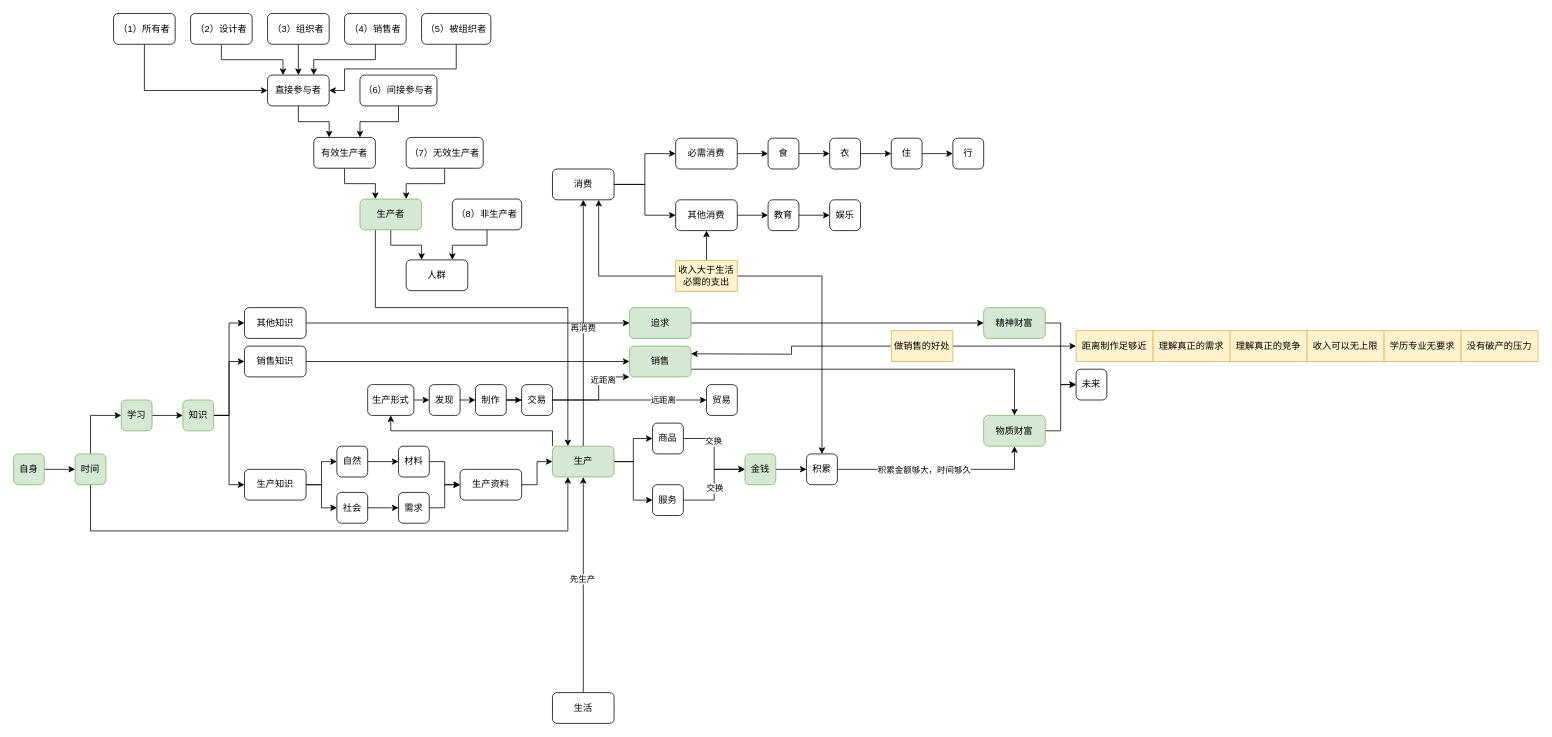
Before: 财富的真相.drawio in yanhanfrontend/draw.io.workspace, a draw.io diagram. Source tidied: cells renumbered, new cells numbered last; positions are measured from the earlier drawing's top-left corner, leaving out a move shared by most shapes. Both pictures are drawn from the tidied source at 77%, with x=0, y=0 at pixel (13, 13).
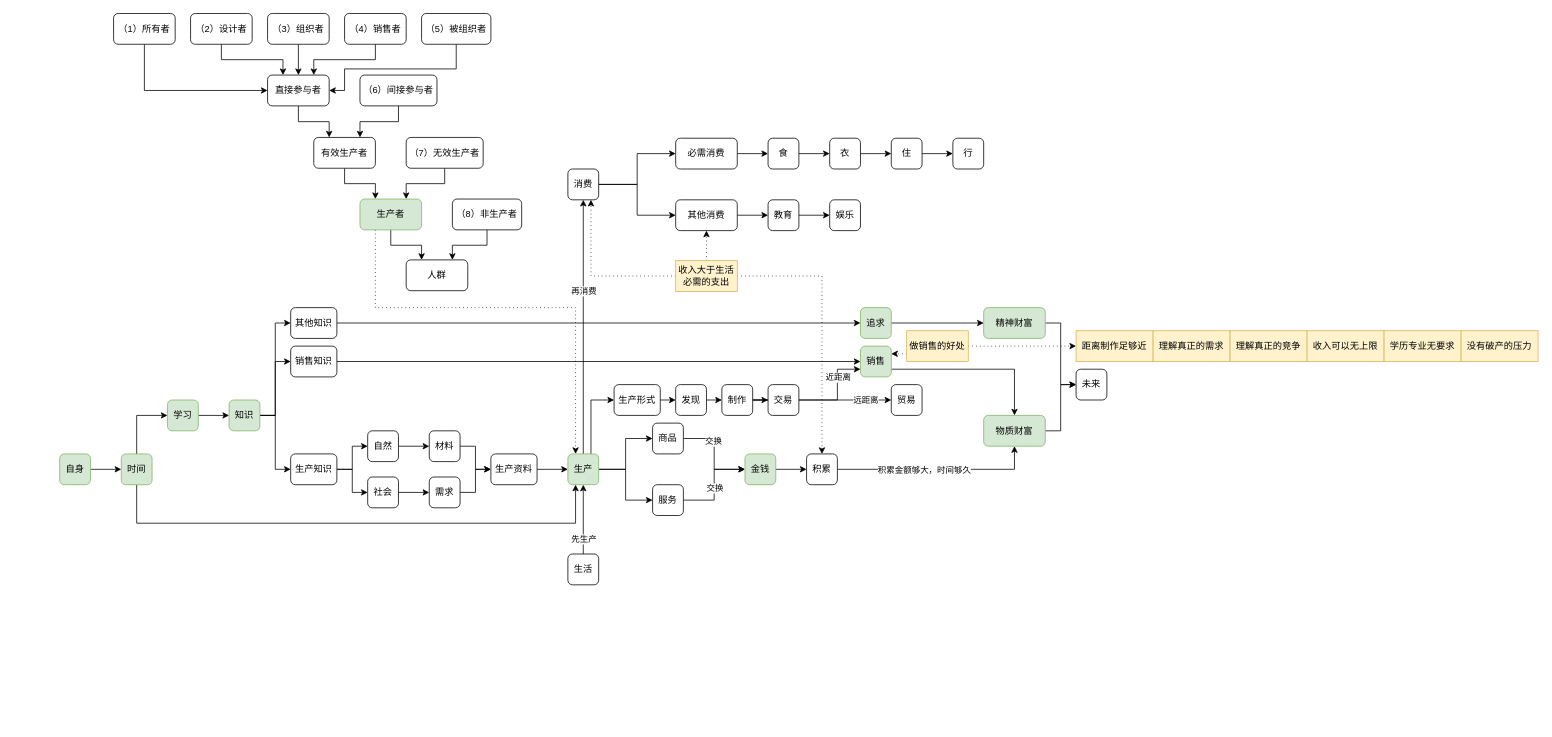
The same page after the edit.

Commit message (it also covers changes not shown here):
更新财富的真相.drawio

Unchanged cells that the change refers to:
```xml
<mxCell id="2" style="edgeStyle=orthogonalEdgeStyle;rounded=0;jettySize=auto;html=1;exitX=0.5;exitY=0;exitDx=0;exitDy=0;entryX=0.5;entryY=1;entryDx=0;entryDy=0;" parent="1" edge="1" source="4" target="10">
  <mxGeometry relative="1" as="geometry" />
</mxCell>
<mxCell id="7" style="edgeStyle=orthogonalEdgeStyle;rounded=0;jettySize=auto;html=1;exitX=0.5;exitY=0;exitDx=0;exitDy=0;entryX=0.5;entryY=1;entryDx=0;entryDy=0;" parent="1" edge="1" source="10" target="13">
  <mxGeometry relative="1" as="geometry" />
</mxCell>
<mxCell id="17" value="其他消费" style="rounded=1;whiteSpace=wrap;html=1;" parent="1" vertex="1">
  <mxGeometry x="860" y="242" width="80" height="40" as="geometry" />
</mxCell>
<mxCell id="43" value="收入大于生活必需的支出" style="text;html=1;align=center;verticalAlign=middle;whiteSpace=wrap;rounded=0;fillColor=#fff2cc;strokeColor=#d6b656;" parent="1" vertex="1">
  <mxGeometry x="860" y="321" width="80" height="40" as="geometry" />
</mxCell>
<mxCell id="44" value="积累" style="rounded=1;whiteSpace=wrap;html=1;" parent="1" vertex="1">
  <mxGeometry x="1030" y="572" width="40" height="40" as="geometry" />
</mxCell>
<mxCell id="89" value="生产者" style="rounded=1;whiteSpace=wrap;html=1;fillColor=#d5e8d4;strokeColor=#82b366;" parent="1" vertex="1">
  <mxGeometry x="450" y="241" width="80" height="40" as="geometry" />
</mxCell>
<mxCell id="107" value="距离制作足够近" style="text;html=1;align=center;verticalAlign=middle;whiteSpace=wrap;rounded=0;fillColor=#fff2cc;strokeColor=#d6b656;" parent="1" vertex="1">
  <mxGeometry x="1380" y="412" width="100" height="40" as="geometry" />
</mxCell>
```

What changed in the source:
```diff
@@
     <mxCell id="3" value="先生产" style="edgeLabel;html=1;align=center;verticalAlign=middle;" parent="2" vertex="1">
       <mxGeometry x="0.12" y="2" relative="1" as="geometry">
-        <mxPoint y="9" as="offset" />
+        <mxPoint x="2" y="30" as="offset" />
       </mxGeometry>
     </mxCell>
     <mxCell id="4" value="生活" style="rounded=1;whiteSpace=wrap;html=1;" parent="1" vertex="1">
-      <mxGeometry x="700" y="882" width="80" height="40" as="geometry" />
+      <mxGeometry x="720" y="702" width="40" height="40" as="geometry" />
     </mxCell>
@@
     <mxCell id="8" value="再消费" style="edgeLabel;html=1;align=center;verticalAlign=middle;" parent="7" vertex="1">
-      <mxGeometry x="-0.04" y="1" relative="1" as="geometry" />
+      <mxGeometry x="-0.04" y="1" relative="1" as="geometry">
+        <mxPoint x="1" y="-54" as="offset" />
+      </mxGeometry>
     </mxCell>
-    <mxCell id="9" style="edgeStyle=orthogonalEdgeStyle;rounded=0;jettySize=auto;html=1;exitX=0;exitY=0;exitDx=0;exitDy=0;entryX=0.5;entryY=1;entryDx=0;entryDy=0;" parent="1" edge="1" source="10" target="91">
+    <mxCell id="9" style="edgeStyle=orthogonalEdgeStyle;rounded=0;jettySize=auto;html=1;exitX=0.75;exitY=0;exitDx=0;exitDy=0;entryX=0;entryY=0.5;entryDx=0;entryDy=0;" parent="1" edge="1" source="10" target="91">
       <mxGeometry relative="1" as="geometry">
         <Array as="points">
-          <mxPoint x="700" y="542" />
-          <mxPoint x="490" y="542" />
+          <mxPoint x="750" y="502" />
         </Array>
       </mxGeometry>
     </mxCell>
     <mxCell id="10" value="生产" style="rounded=1;whiteSpace=wrap;html=1;fillColor=#d5e8d4;strokeColor=#82b366;" parent="1" vertex="1">
-      <mxGeometry x="700" y="562" width="80" height="40" as="geometry" />
+      <mxGeometry x="720" y="572" width="40" height="40" as="geometry" />
     </mxCell>
@@
     <mxCell id="13" value="消费" style="rounded=1;whiteSpace=wrap;html=1;" parent="1" vertex="1">
-      <mxGeometry x="700" y="202" width="80" height="40" as="geometry" />
+      <mxGeometry x="720" y="202" width="40" height="40" as="geometry" />
     </mxCell>
@@
-    <mxCell id="40" style="edgeStyle=orthogonalEdgeStyle;rounded=0;jettySize=auto;html=1;exitX=1;exitY=0.5;exitDx=0;exitDy=0;" parent="1" edge="1" source="43" target="44">
+    <mxCell id="40" style="edgeStyle=orthogonalEdgeStyle;rounded=0;jettySize=auto;html=1;exitX=1;exitY=0.5;exitDx=0;exitDy=0;dashed=1;dashPattern=1 4;" parent="1" edge="1" source="43" target="44">
       <mxGeometry relative="1" as="geometry" />
     </mxCell>
-    <mxCell id="41" style="edgeStyle=orthogonalEdgeStyle;rounded=0;jettySize=auto;html=1;exitX=0;exitY=0.5;exitDx=0;exitDy=0;entryX=0.75;entryY=1;entryDx=0;entryDy=0;" parent="1" edge="1" source="43" target="13">
+    <mxCell id="41" style="edgeStyle=orthogonalEdgeStyle;rounded=0;jettySize=auto;html=1;exitX=0;exitY=0.5;exitDx=0;exitDy=0;entryX=0.75;entryY=1;entryDx=0;entryDy=0;dashed=1;dashPattern=1 4;" parent="1" edge="1" source="43" target="13">
       <mxGeometry relative="1" as="geometry" />
     </mxCell>
-    <mxCell id="42" style="edgeStyle=orthogonalEdgeStyle;rounded=0;jettySize=auto;html=1;exitX=0.5;exitY=0;exitDx=0;exitDy=0;entryX=0.5;entryY=1;entryDx=0;entryDy=0;" parent="1" edge="1" source="43" target="17">
+    <mxCell id="42" style="edgeStyle=orthogonalEdgeStyle;rounded=0;jettySize=auto;html=1;exitX=0.5;exitY=0;exitDx=0;exitDy=0;entryX=0.5;entryY=1;entryDx=0;entryDy=0;dashed=1;dashPattern=1 4;" parent="1" edge="1" source="43" target="17">
       <mxGeometry relative="1" as="geometry" />
     </mxCell>
@@
     <mxCell id="46" value="生产资料" style="rounded=1;whiteSpace=wrap;html=1;" parent="1" vertex="1">
-      <mxGeometry x="580" y="592" width="80" height="40" as="geometry" />
+      <mxGeometry x="620" y="572" width="60" height="40" as="geometry" />
     </mxCell>
@@
     <mxCell id="48" value="材料" style="rounded=1;whiteSpace=wrap;html=1;" parent="1" vertex="1">
-      <mxGeometry x="500" y="562" width="40" height="40" as="geometry" />
+      <mxGeometry x="540" y="542" width="40" height="40" as="geometry" />
     </mxCell>
@@
     <mxCell id="50" value="需求" style="rounded=1;whiteSpace=wrap;html=1;" parent="1" vertex="1">
-      <mxGeometry x="500" y="622" width="40" height="40" as="geometry" />
+      <mxGeometry x="540" y="602" width="40" height="40" as="geometry" />
     </mxCell>
     <mxCell id="51" style="edgeStyle=orthogonalEdgeStyle;rounded=0;jettySize=auto;html=1;exitX=0.5;exitY=1;exitDx=0;exitDy=0;entryX=0.25;entryY=1;entryDx=0;entryDy=0;" parent="1" edge="1" source="53" target="10">
       <mxGeometry relative="1" as="geometry">
         <Array as="points">
-          <mxPoint x="100" y="672" />
-          <mxPoint x="720" y="672" />
+          <mxPoint x="160" y="662" />
+          <mxPoint x="730" y="662" />
         </Array>
       </mxGeometry>
     </mxCell>
@@
     <mxCell id="53" value="时间" style="rounded=1;whiteSpace=wrap;html=1;fillColor=#d5e8d4;strokeColor=#82b366;" parent="1" vertex="1">
-      <mxGeometry x="80" y="572" width="40" height="40" as="geometry" />
+      <mxGeometry x="140" y="572" width="40" height="40" as="geometry" />
     </mxCell>
@@
     <mxCell id="55" value="自然" style="rounded=1;whiteSpace=wrap;html=1;" parent="1" vertex="1">
-      <mxGeometry x="420" y="562" width="40" height="40" as="geometry" />
+      <mxGeometry x="460" y="542" width="40" height="40" as="geometry" />
     </mxCell>
@@
     <mxCell id="57" value="社会" style="rounded=1;whiteSpace=wrap;html=1;" parent="1" vertex="1">
-      <mxGeometry x="420" y="622" width="40" height="40" as="geometry" />
+      <mxGeometry x="460" y="602" width="40" height="40" as="geometry" />
     </mxCell>
@@
     <mxCell id="59" value="自身" style="rounded=1;whiteSpace=wrap;html=1;fillColor=#d5e8d4;strokeColor=#82b366;" parent="1" vertex="1">
-      <mxGeometry y="572" width="40" height="40" as="geometry" />
+      <mxGeometry x="60" y="572" width="40" height="40" as="geometry" />
     </mxCell>
@@
     <mxCell id="63" value="知识" style="rounded=1;whiteSpace=wrap;html=1;fillColor=#d5e8d4;strokeColor=#82b366;" parent="1" vertex="1">
-      <mxGeometry x="220" y="502" width="40" height="40" as="geometry" />
+      <mxGeometry x="280" y="502" width="40" height="40" as="geometry" />
     </mxCell>
@@
     <mxCell id="65" value="学习" style="rounded=1;whiteSpace=wrap;html=1;fillColor=#d5e8d4;strokeColor=#82b366;" parent="1" vertex="1">
-      <mxGeometry x="140" y="502" width="40" height="40" as="geometry" />
+      <mxGeometry x="200" y="502" width="40" height="40" as="geometry" />
     </mxCell>
@@
-    <mxCell id="88" style="edgeStyle=orthogonalEdgeStyle;rounded=0;jettySize=auto;html=1;exitX=0.25;exitY=1;exitDx=0;exitDy=0;entryX=0.25;entryY=0;entryDx=0;entryDy=0;" parent="1" edge="1" source="89" target="10">
+    <mxCell id="88" style="edgeStyle=orthogonalEdgeStyle;rounded=0;jettySize=auto;html=1;exitX=0.25;exitY=1;exitDx=0;exitDy=0;entryX=0.25;entryY=0;entryDx=0;entryDy=0;dashed=1;dashPattern=1 4;" parent="1" edge="1" source="89" target="10">
       <mxGeometry relative="1" as="geometry">
         <Array as="points">
           <mxPoint x="470" y="382" />
-          <mxPoint x="720" y="382" />
+          <mxPoint x="730" y="382" />
         </Array>
       </mxGeometry>
     </mxCell>
@@
     <mxCell id="91" value="生产形式" style="rounded=1;whiteSpace=wrap;html=1;" parent="1" vertex="1">
-      <mxGeometry x="460" y="482" width="60" height="40" as="geometry" />
+      <mxGeometry x="780" y="482" width="60" height="40" as="geometry" />
     </mxCell>
@@
     <mxCell id="93" value="发现" style="rounded=1;whiteSpace=wrap;html=1;" parent="1" vertex="1">
-      <mxGeometry x="540" y="482" width="40" height="40" as="geometry" />
+      <mxGeometry x="860" y="482" width="40" height="40" as="geometry" />
     </mxCell>
@@
     <mxCell id="95" value="制作" style="rounded=1;whiteSpace=wrap;html=1;" parent="1" vertex="1">
-      <mxGeometry x="600" y="482" width="40" height="40" as="geometry" />
+      <mxGeometry x="920" y="482" width="40" height="40" as="geometry" />
     </mxCell>
-    <mxCell id="96" style="edgeStyle=orthogonalEdgeStyle;rounded=0;jettySize=auto;html=1;exitX=1;exitY=0.5;exitDx=0;exitDy=0;entryX=0;entryY=1;entryDx=0;entryDy=0;" parent="1" edge="1" source="100" target="102">
+    <mxCell id="96" style="edgeStyle=orthogonalEdgeStyle;rounded=0;jettySize=auto;html=1;exitX=1;exitY=0.5;exitDx=0;exitDy=0;entryX=0;entryY=0.75;entryDx=0;entryDy=0;" parent="1" edge="1" source="100" target="102">
       <mxGeometry relative="1" as="geometry">
         <Array as="points">
-          <mxPoint x="760" y="502" />
-          <mxPoint x="760" y="472" />
+          <mxPoint x="1070" y="502" />
+          <mxPoint x="1070" y="462" />
         </Array>
       </mxGeometry>
     </mxCell>
     <mxCell id="97" value="近距离" style="edgeLabel;html=1;align=center;verticalAlign=middle;" parent="96" vertex="1">
-      <mxGeometry x="0.46" y="-3" relative="1" as="geometry" />
+      <mxGeometry x="0.46" y="-3" relative="1" as="geometry">
+        <mxPoint x="-3" y="8" as="offset" />
+      </mxGeometry>
     </mxCell>
@@
     <mxCell id="100" value="交易" style="rounded=1;whiteSpace=wrap;html=1;" parent="1" vertex="1">
-      <mxGeometry x="660" y="482" width="40" height="40" as="geometry" />
+      <mxGeometry x="980" y="482" width="40" height="40" as="geometry" />
     </mxCell>
@@
     <mxCell id="102" value="销售" style="rounded=1;whiteSpace=wrap;html=1;fillColor=#d5e8d4;strokeColor=#82b366;" parent="1" vertex="1">
-      <mxGeometry x="800" y="432" width="80" height="40" as="geometry" />
+      <mxGeometry x="1100" y="432" width="40" height="40" as="geometry" />
     </mxCell>
     <mxCell id="103" value="贸易" style="rounded=1;whiteSpace=wrap;html=1;" parent="1" vertex="1">
-      <mxGeometry x="900" y="482" width="40" height="40" as="geometry" />
+      <mxGeometry x="1140" y="482" width="40" height="40" as="geometry" />
     </mxCell>
-    <mxCell id="104" style="edgeStyle=orthogonalEdgeStyle;rounded=0;jettySize=auto;html=1;exitX=1;exitY=0.5;exitDx=0;exitDy=0;entryX=0;entryY=0.5;entryDx=0;entryDy=0;" parent="1" edge="1" source="106" target="107">
+    <mxCell id="104" style="edgeStyle=orthogonalEdgeStyle;rounded=0;jettySize=auto;html=1;exitX=1;exitY=0.5;exitDx=0;exitDy=0;entryX=0;entryY=0.5;entryDx=0;entryDy=0;dashed=1;dashPattern=1 4;" parent="1" edge="1" source="106" target="107">
       <mxGeometry relative="1" as="geometry" />
     </mxCell>
-    <mxCell id="105" style="edgeStyle=orthogonalEdgeStyle;rounded=0;jettySize=auto;html=1;exitX=0;exitY=0.5;exitDx=0;exitDy=0;" parent="1" edge="1" source="106">
-      <mxGeometry relative="1" as="geometry">
-        <mxPoint x="880" y="442" as="targetPoint" />
-      </mxGeometry>
-    </mxCell>
+    <mxCell id="125" style="edgeStyle=orthogonalEdgeStyle;rounded=0;jettySize=auto;html=1;exitX=0;exitY=0.75;exitDx=0;exitDy=0;entryX=1;entryY=0.25;entryDx=0;entryDy=0;dashed=1;dashPattern=1 4;" parent="1" edge="1" source="106" target="102">
+      <mxGeometry relative="1" as="geometry" />
+    </mxCell>
     <mxCell id="106" value="做销售的好处" style="text;html=1;align=center;verticalAlign=middle;whiteSpace=wrap;rounded=0;fillColor=#fff2cc;strokeColor=#d6b656;" parent="1" vertex="1">
-      <mxGeometry x="1140" y="412" width="80" height="40" as="geometry" />
+      <mxGeometry x="1160" y="412" width="80" height="40" as="geometry" />
     </mxCell>
@@
     <mxCell id="115" value="生产知识" style="rounded=1;whiteSpace=wrap;html=1;" parent="1" vertex="1">
-      <mxGeometry x="300" y="592" width="80" height="40" as="geometry" />
+      <mxGeometry x="360" y="572" width="60" height="40" as="geometry" />
     </mxCell>
@@
     <mxCell id="117" value="其他知识" style="rounded=1;whiteSpace=wrap;html=1;" parent="1" vertex="1">
-      <mxGeometry x="300" y="382" width="80" height="40" as="geometry" />
+      <mxGeometry x="360" y="382" width="60" height="40" as="geometry" />
     </mxCell>
@@
     <mxCell id="121" value="追求" style="rounded=1;whiteSpace=wrap;html=1;fillColor=#d5e8d4;strokeColor=#82b366;" parent="1" vertex="1">
-      <mxGeometry x="800" y="382" width="80" height="40" as="geometry" />
+      <mxGeometry x="1100" y="382" width="40" height="40" as="geometry" />
     </mxCell>
@@
     <mxCell id="123" value="销售知识" style="rounded=1;whiteSpace=wrap;html=1;" parent="1" vertex="1">
-      <mxGeometry x="300" y="432" width="80" height="40" as="geometry" />
+      <mxGeometry x="360" y="432" width="60" height="40" as="geometry" />
     </mxCell>
```
